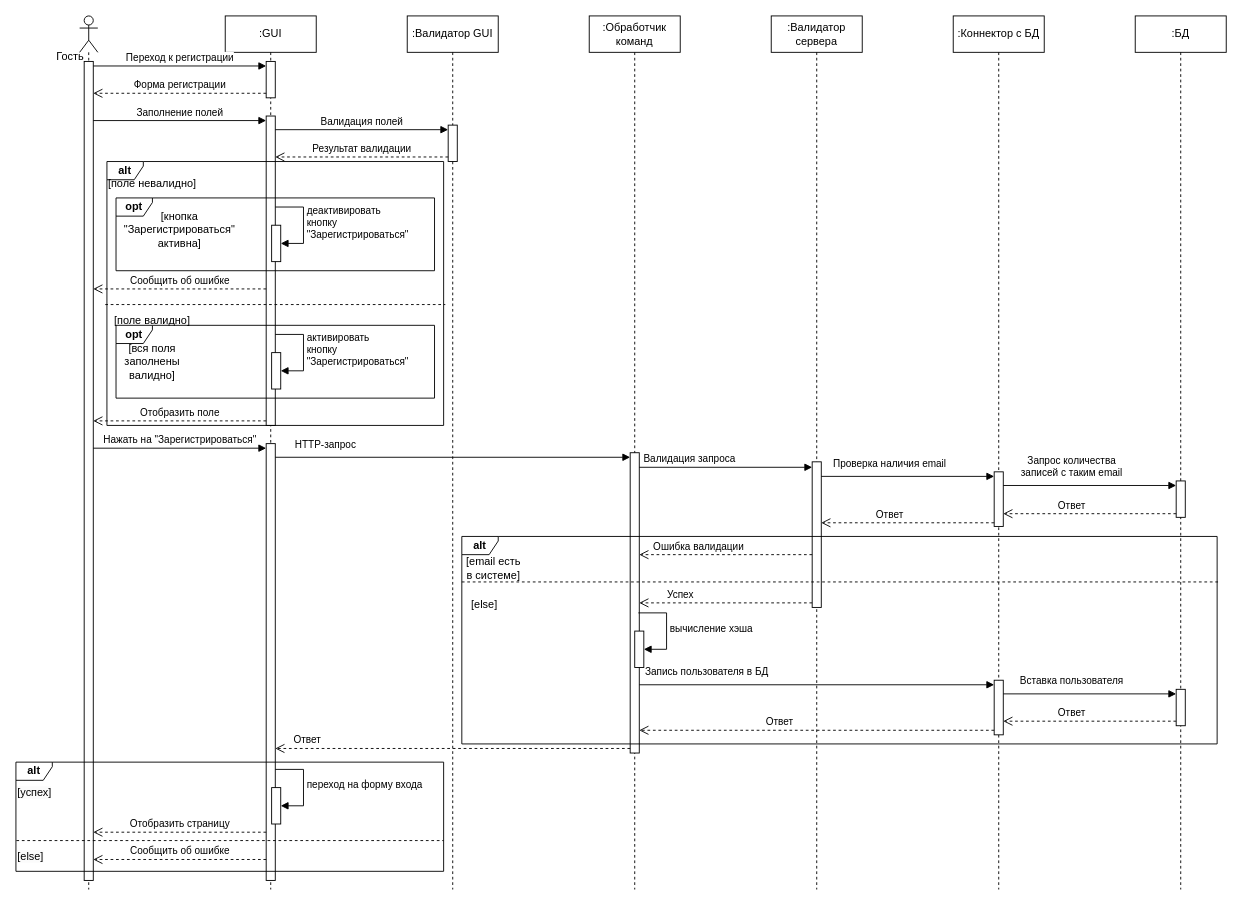
aVorotnikov/micro_design keeps this draw.io diagram as task3/raw/registration.drawio. Above is the earlier version. Source tidied: cells renumbered, new cells numbered last; positions are measured from the earlier drawing's top-left corner, leaving out a move shared by most shapes. Both pictures are drawn from the tidied source at 91%, with x=0, y=0 at pixel (15, 15).
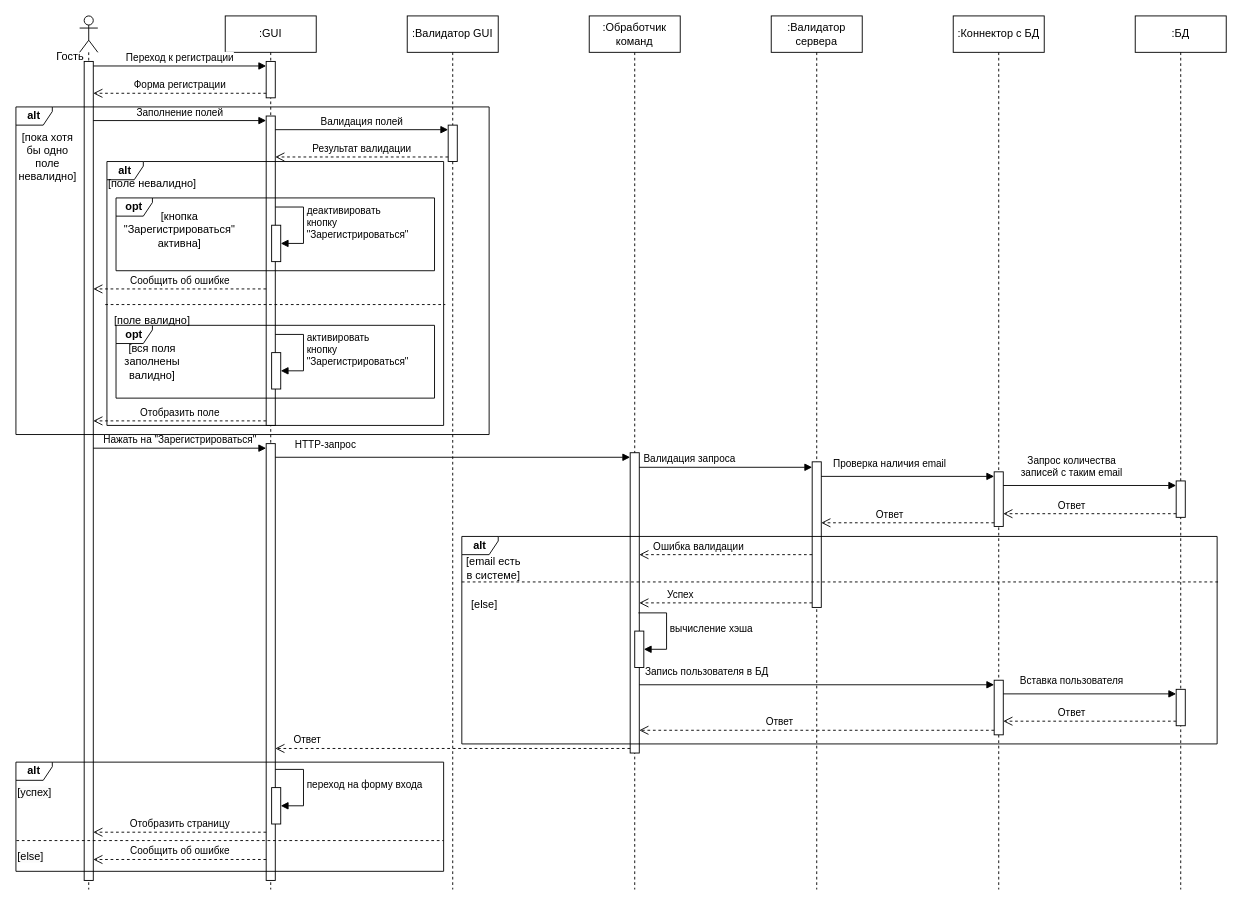
Above is the later version.

What changed in the source:
```diff
@@
+    <mxCell id="68" value="&lt;b&gt;alt&lt;/b&gt;" style="shape=umlFrame;whiteSpace=wrap;html=1;width=40;height=20;" parent="1" vertex="1">
+      <mxGeometry y="100" width="520" height="360" as="geometry" />
+    </mxCell>
+    <mxCell id="69" value="[пока хотя бы одно поле невалидно]" style="text;html=1;align=center;verticalAlign=middle;whiteSpace=wrap;rounded=0;" parent="1" vertex="1">
+      <mxGeometry y="140" width="70" height="30" as="geometry" />
+    </mxCell>
```
